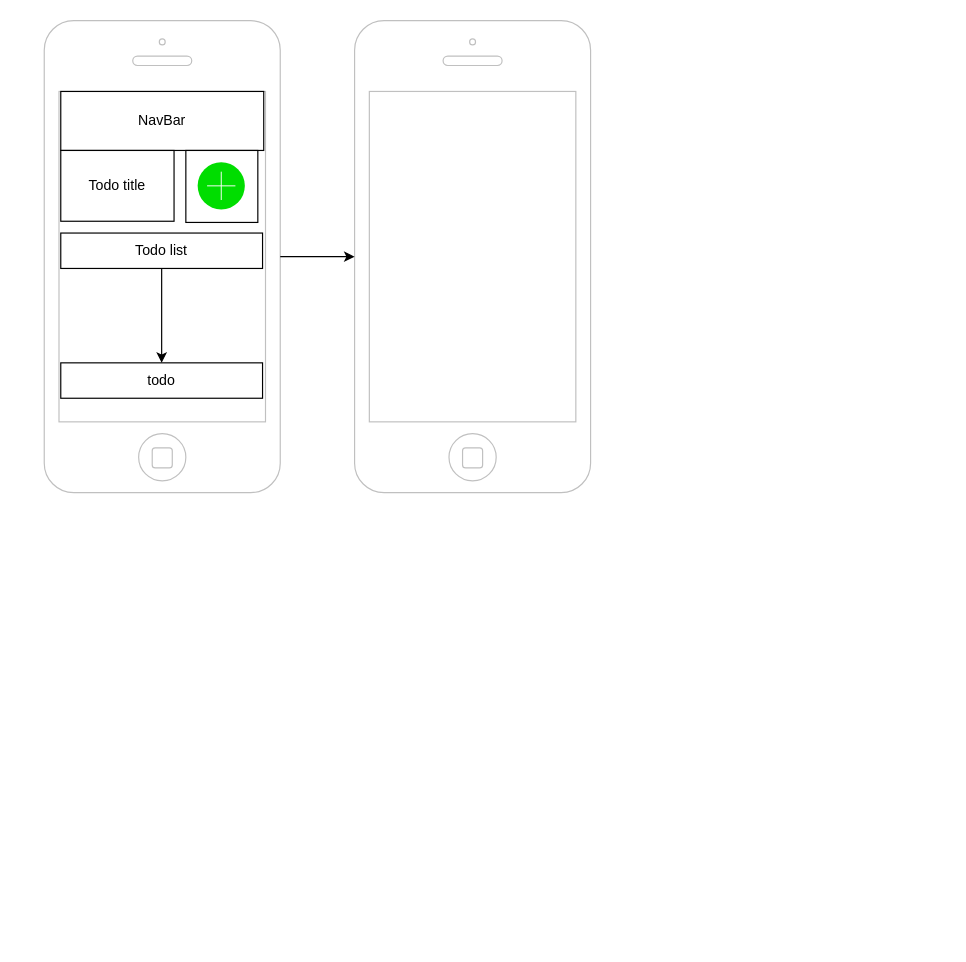
This is page "Page-1" (1 of 2) of todo.drawio from Dmitry1983/todo, a draw.io file, before an edit. Source tidied: cells renumbered, new cells numbered last; positions are measured from the earlier drawing's top-left corner, leaving out a move shared by most shapes. Both pictures are drawn from the tidied source at 118%, with x=0, y=0 at pixel (44, 20).
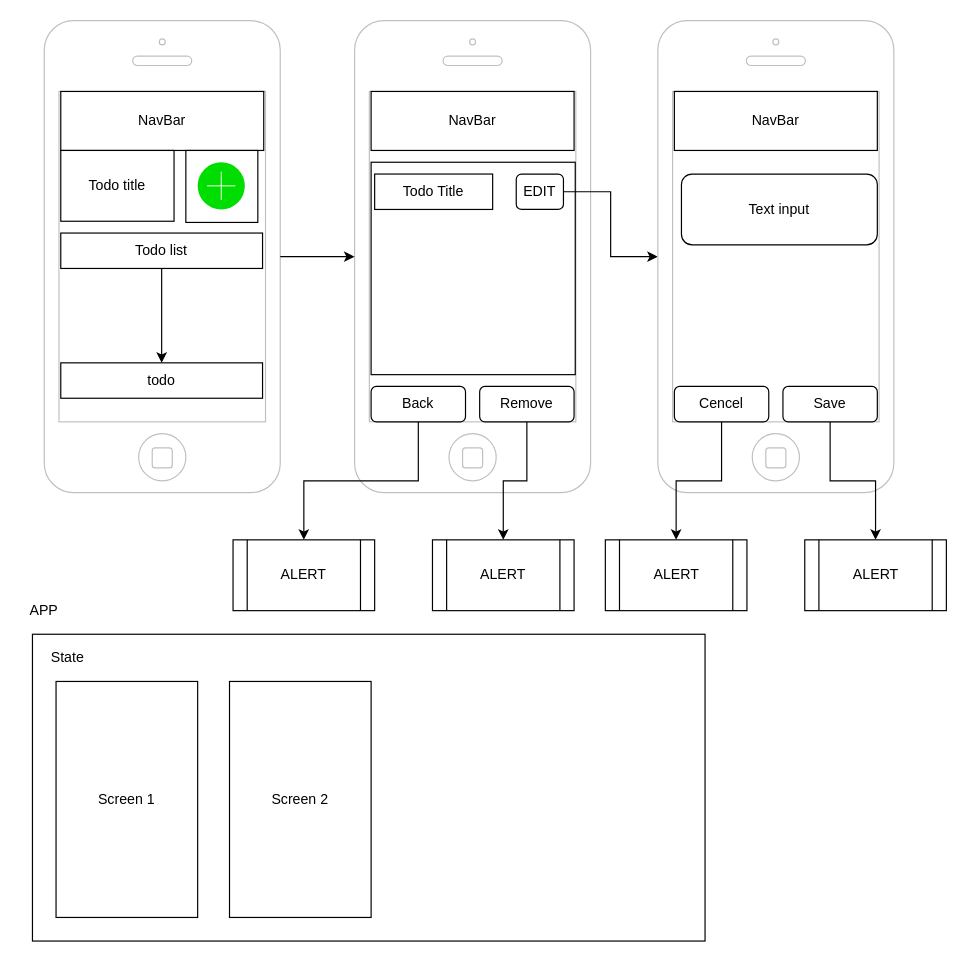
The same page after the edit.

The edit, as a diff of the source:
```diff
@@
+    <mxCell id="13" value="NavBar" style="rounded=0;whiteSpace=wrap;html=1;" parent="1" vertex="1">
+      <mxGeometry x="277" y="60" width="172" height="50" as="geometry" />
+    </mxCell>
+    <mxCell id="14" style="rounded=0;whiteSpace=wrap;html=1;" parent="1" vertex="1">
+      <mxGeometry x="277" y="120" width="173" height="180" as="geometry" />
+    </mxCell>
+    <mxCell id="15" style="edgeStyle=orthogonalEdgeStyle;rounded=0;jettySize=auto;html=1;" parent="1" edge="1" source="16" target="29">
+      <mxGeometry relative="1" as="geometry" />
+    </mxCell>
+    <mxCell id="16" value="Remove" style="rounded=1;whiteSpace=wrap;html=1;" parent="1" vertex="1">
+      <mxGeometry x="369" y="310" width="80" height="30" as="geometry" />
+    </mxCell>
+    <mxCell id="17" style="edgeStyle=orthogonalEdgeStyle;rounded=0;jettySize=auto;html=1;entryX=0.5;entryY=0;entryDx=0;entryDy=0;" parent="1" edge="1" source="18" target="28">
+      <mxGeometry relative="1" as="geometry" />
+    </mxCell>
+    <mxCell id="18" value="Back" style="rounded=1;whiteSpace=wrap;html=1;" parent="1" vertex="1">
+      <mxGeometry x="277" y="310" width="80" height="30" as="geometry" />
+    </mxCell>
+    <mxCell id="19" value="Todo Title" style="rounded=0;whiteSpace=wrap;html=1;" parent="1" vertex="1">
+      <mxGeometry x="280" y="130" width="100" height="30" as="geometry" />
+    </mxCell>
+    <mxCell id="20" style="edgeStyle=orthogonalEdgeStyle;rounded=0;jettySize=auto;html=1;" parent="1" edge="1" source="21" target="22">
+      <mxGeometry relative="1" as="geometry" />
+    </mxCell>
+    <mxCell id="21" value="EDIT" style="rounded=1;whiteSpace=wrap;html=1;" parent="1" vertex="1">
+      <mxGeometry x="400" y="130" width="40" height="30" as="geometry" />
+    </mxCell>
+    <mxCell id="22" style="html=1;verticalLabelPosition=bottom;labelBackgroundColor=#ffffff;verticalAlign=top;shadow=0;dashed=0;strokeWidth=1;shape=mxgraph.ios7.misc.iphone;strokeColor=#c0c0c0;" parent="1" vertex="1">
+      <mxGeometry x="520" width="200" height="400" as="geometry" />
+    </mxCell>
+    <mxCell id="23" style="edgeStyle=orthogonalEdgeStyle;rounded=0;jettySize=auto;html=1;entryX=0.5;entryY=0;entryDx=0;entryDy=0;" parent="1" edge="1" source="24" target="32">
+      <mxGeometry relative="1" as="geometry" />
+    </mxCell>
+    <mxCell id="24" value="Save" style="rounded=1;whiteSpace=wrap;html=1;" parent="1" vertex="1">
+      <mxGeometry x="626" y="310" width="80" height="30" as="geometry" />
+    </mxCell>
+    <mxCell id="25" style="edgeStyle=orthogonalEdgeStyle;rounded=0;jettySize=auto;html=1;" parent="1" edge="1" source="26" target="31">
+      <mxGeometry relative="1" as="geometry" />
+    </mxCell>
+    <mxCell id="26" value="Cencel" style="rounded=1;whiteSpace=wrap;html=1;" parent="1" vertex="1">
+      <mxGeometry x="534" y="310" width="80" height="30" as="geometry" />
+    </mxCell>
+    <mxCell id="27" value="NavBar" style="rounded=0;whiteSpace=wrap;html=1;" parent="1" vertex="1">
+      <mxGeometry x="534" y="60" width="172" height="50" as="geometry" />
+    </mxCell>
+    <mxCell id="28" value="ALERT" style="shape=process;whiteSpace=wrap;html=1;backgroundOutline=1;" parent="1" vertex="1">
+      <mxGeometry x="160" y="440" width="120" height="60" as="geometry" />
+    </mxCell>
+    <mxCell id="29" value="ALERT" style="shape=process;whiteSpace=wrap;html=1;backgroundOutline=1;" parent="1" vertex="1">
+      <mxGeometry x="329" y="440" width="120" height="60" as="geometry" />
+    </mxCell>
+    <mxCell id="30" value="Text input" style="rounded=1;whiteSpace=wrap;html=1;" parent="1" vertex="1">
+      <mxGeometry x="540" y="130" width="166" height="60" as="geometry" />
+    </mxCell>
+    <mxCell id="31" value="ALERT" style="shape=process;whiteSpace=wrap;html=1;backgroundOutline=1;" parent="1" vertex="1">
+      <mxGeometry x="475.5" y="440" width="120" height="60" as="geometry" />
+    </mxCell>
+    <mxCell id="32" value="ALERT" style="shape=process;whiteSpace=wrap;html=1;backgroundOutline=1;" parent="1" vertex="1">
+      <mxGeometry x="644.5" y="440" width="120" height="60" as="geometry" />
+    </mxCell>
+    <mxCell id="33" style="rounded=0;whiteSpace=wrap;html=1;" parent="1" vertex="1">
+      <mxGeometry x="-10" y="520" width="570" height="260" as="geometry" />
+    </mxCell>
+    <mxCell id="34" value="Screen 2" style="rounded=0;whiteSpace=wrap;html=1;" parent="1" vertex="1">
+      <mxGeometry x="157" y="560" width="120" height="200" as="geometry" />
+    </mxCell>
+    <mxCell id="35" value="Screen 1" style="rounded=0;whiteSpace=wrap;html=1;" parent="1" vertex="1">
+      <mxGeometry x="10" y="560" width="120" height="200" as="geometry" />
+    </mxCell>
+    <mxCell id="36" value="APP" style="text;html=1;strokeColor=none;fillColor=none;align=center;verticalAlign=middle;whiteSpace=wrap;rounded=0;" parent="1" vertex="1">
+      <mxGeometry x="-20" y="490" width="40" height="20" as="geometry" />
+    </mxCell>
+    <mxCell id="37" value="State" style="text;html=1;strokeColor=none;fillColor=none;align=center;verticalAlign=middle;whiteSpace=wrap;rounded=0;" parent="1" vertex="1">
+      <mxGeometry y="530" width="40" height="20" as="geometry" />
+    </mxCell>
```
